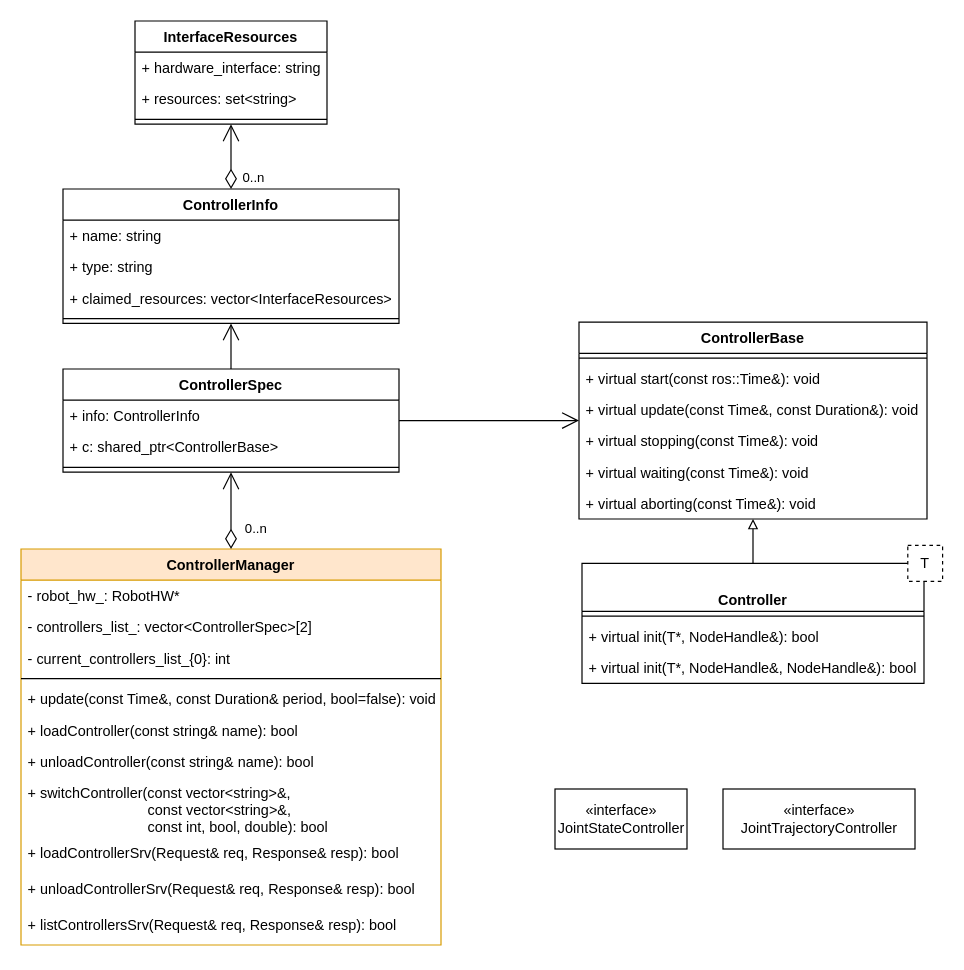
Above: page "Page-2" (2 of 2) of ros_control/ros_control.drawio in hitgavin/diagrams (draw.io), before the change. Source tidied: cells renumbered, new cells numbered last; positions are measured from the earlier drawing's top-left corner, leaving out a move shared by most shapes. Both pictures are drawn from the tidied source at 120%, with x=0, y=0 at pixel (20, 20).
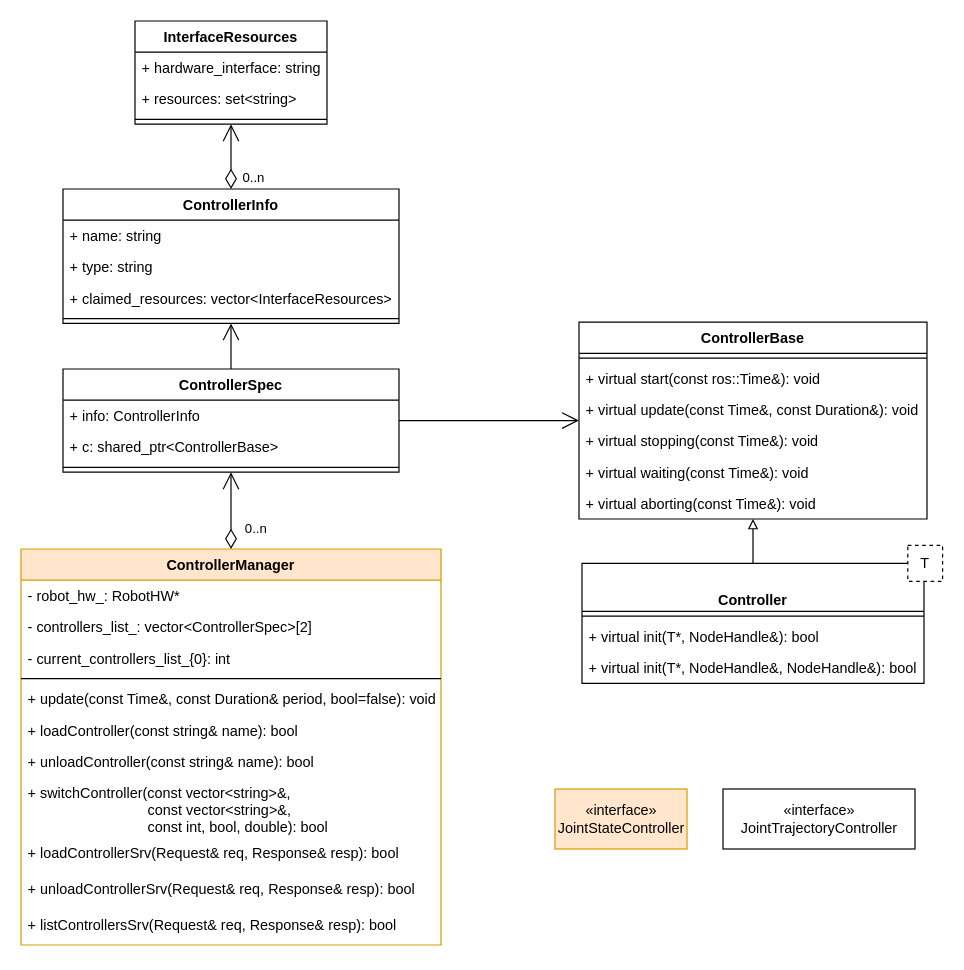
The same diagram, later.

Diff of the diagram source:
```diff
@@
-    <mxCell id="46" value="«interface»&lt;br&gt;&lt;span style=&quot;background-color: rgb(255 , 255 , 255)&quot;&gt;&lt;font color=&quot;#010103&quot;&gt;JointStateController&lt;/font&gt;&lt;/span&gt;" style="html=1;" parent="1" vertex="1">
+    <mxCell id="46" value="«interface»&lt;br&gt;&lt;font color=&quot;#010103&quot;&gt;JointStateController&lt;/font&gt;" style="html=1;fillColor=#ffe6cc;strokeColor=#d79b00;" parent="1" vertex="1">
       <mxGeometry x="445" y="640" width="110" height="50" as="geometry" />
     </mxCell>
```
